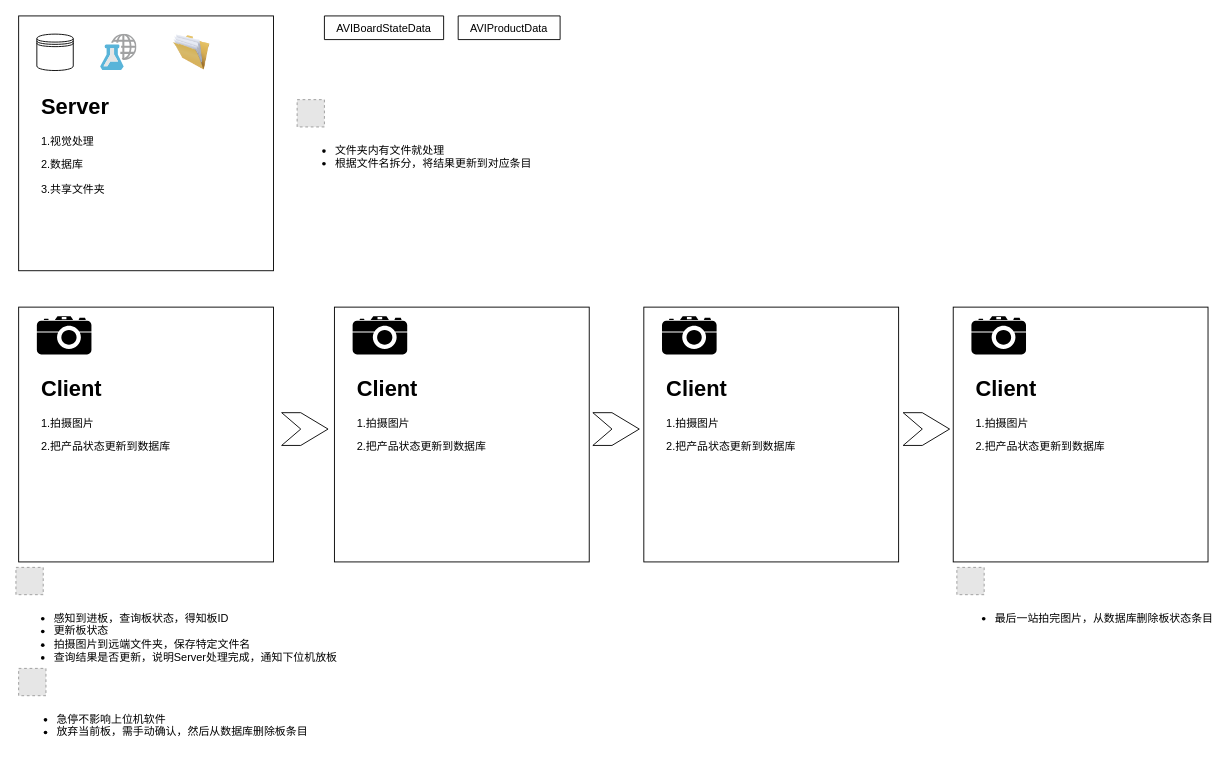
This is AVIDesignMap.drawio from LeaderXinjianSun/Drawio, a draw.io file, before an edit. Source tidied: cells renumbered, new cells numbered last; positions are measured from the earlier drawing's top-left corner, leaving out a move shared by most shapes. Both pictures are drawn from the tidied source at 91%, with x=0, y=0 at pixel (15, 15). Pictures stored in the file or linked from it are replaced by grey dashed boxes.
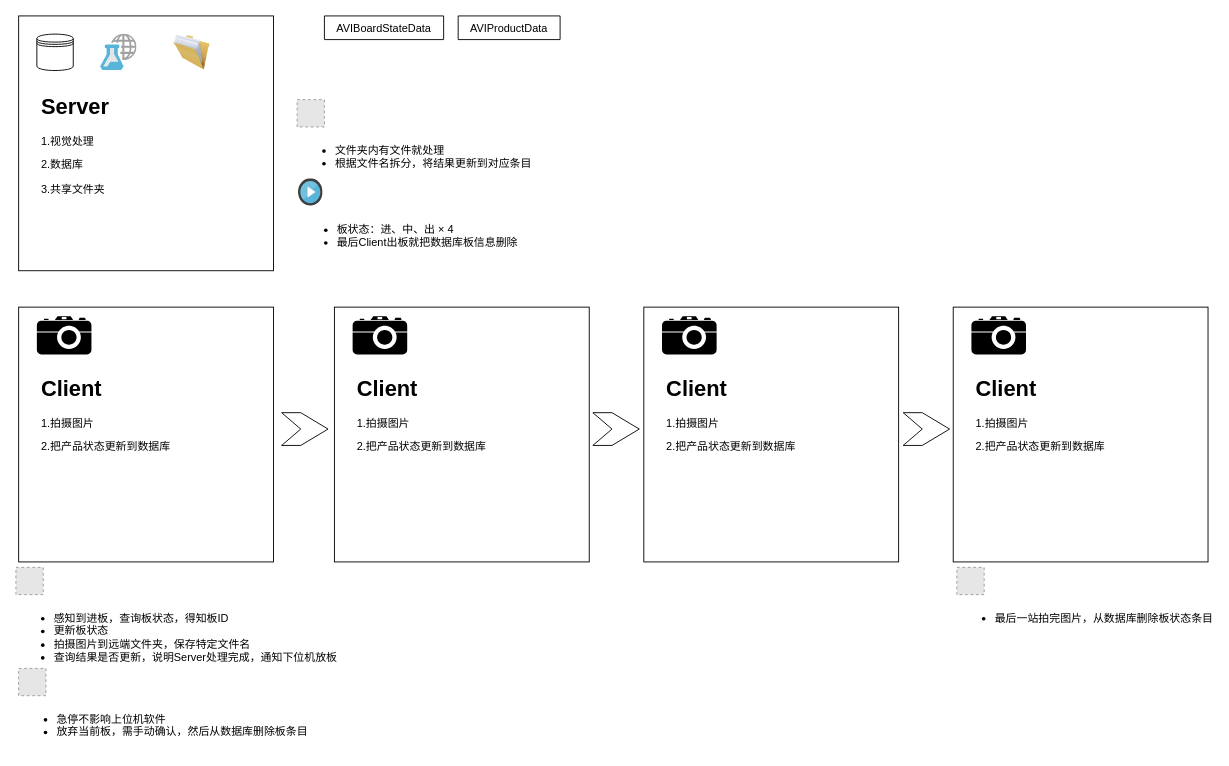
The same page after the edit.

Change to the diagram source:
```diff
@@
+    <mxCell id="28" value="&lt;ul&gt;&lt;li&gt;板状态：进、中、出 × 4&lt;/li&gt;&lt;li&gt;最后Client出板就把数据库板信息删除&lt;/li&gt;&lt;/ul&gt;" style="html=1;align=left;image;fontSize=12;image=img/lib/mscae/Azure_Media_Player.svg;" parent="1" vertex="1">
+      <mxGeometry x="310.5" y="179" width="27" height="30" as="geometry" />
+    </mxCell>
```
